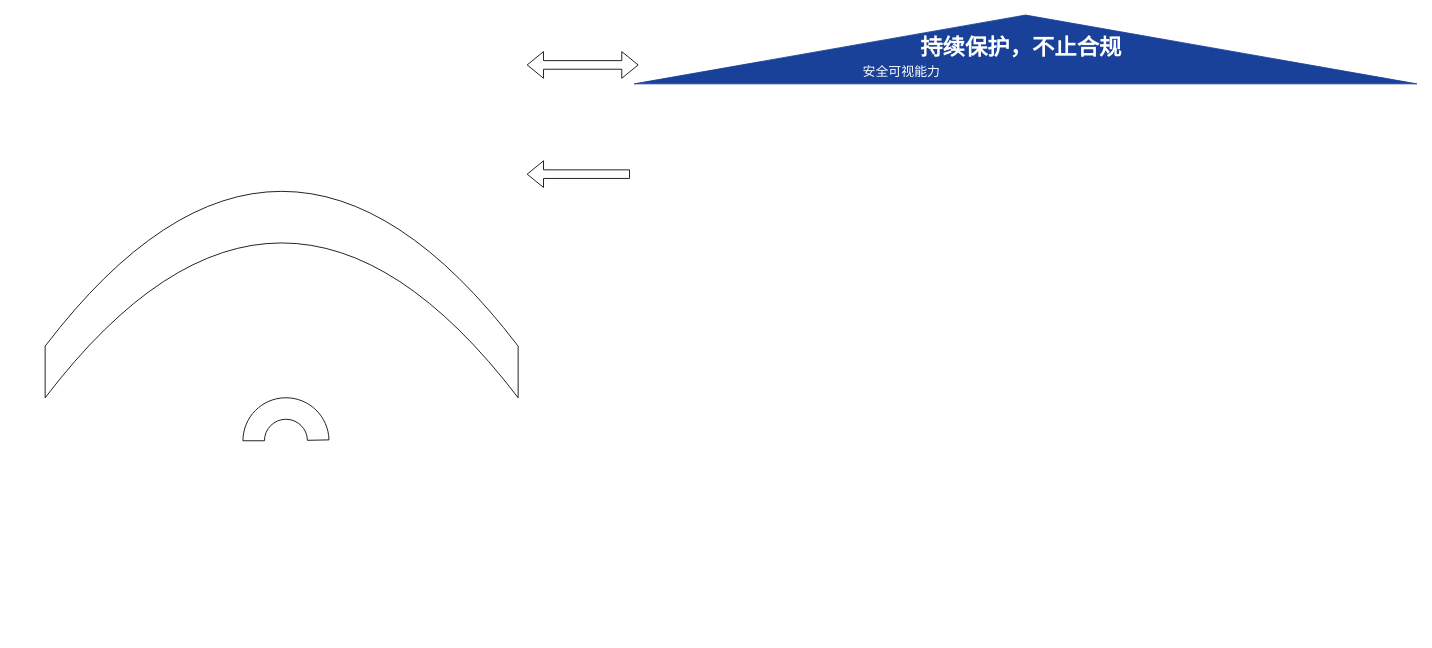
The draw.io diagram 安全架构.drawio in Niujieheng/GitHub_june, before the edit. Source tidied: cells renumbered, new cells numbered last; positions are measured from the earlier drawing's top-left corner, leaving out a move shared by most shapes. Both pictures are drawn from the tidied source at 86%, with x=0, y=0 at pixel (178, -342).
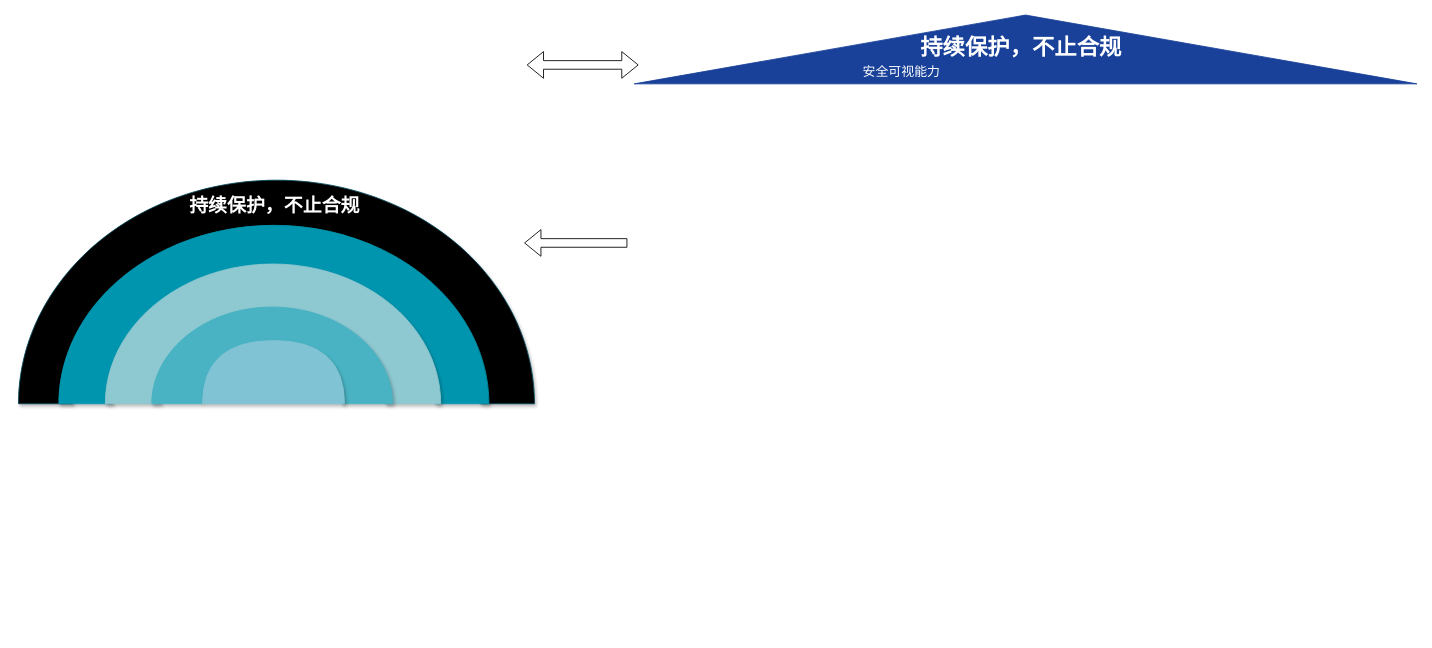
Above is the later version.

Commit message (it also covers changes not shown here):
更新安全架构.drawio

What changed in the source:
```diff
@@
 <mxGraphModel>
   <root>
     <mxCell id="0" />
     <mxCell id="1" parent="0" />
+    <mxCell id="9" style="verticalLabelPosition=bottom;verticalAlign=top;html=1;shape=mxgraph.basic.partConcEllipse;startAngle=0.25;endAngle=0.75;arcWidth=0.21;rotation=-180;fillColor=light-dark(#00485A,#EDEDED);shadow=1;gradientColor=light-dark(#00485A,#FFFFFF);strokeColor=#00485A;" parent="1" vertex="1">
+      <mxGeometry x="-186" y="607" width="600" height="520" as="geometry" />
+    </mxCell>
     <mxCell id="2" style="triangle;whiteSpace=wrap;html=1;rotation=-90;fillColor=light-dark(#194199, #ededed);strokeColor=light-dark(#194199,#EDEDED);" parent="1" vertex="1">
       <mxGeometry x="945" width="80" height="910" as="geometry" />
     </mxCell>
     <mxCell id="3" value="&lt;b&gt;&lt;font style=&quot;color: rgb(255, 255, 255); font-size: 26px;&quot;&gt;持续保护，不止合规&lt;/font&gt;&lt;/b&gt;" style="text;html=1;whiteSpace=wrap;strokeColor=none;fillColor=none;align=center;verticalAlign=middle;rounded=0;" parent="1" vertex="1">
       <mxGeometry x="845" y="433" width="270" height="40" as="geometry" />
     </mxCell>
     <mxCell id="4" value="&lt;font style=&quot;color: rgb(255, 255, 255); font-size: 15px;&quot;&gt;安全可视能力&lt;/font&gt;" style="text;html=1;whiteSpace=wrap;strokeColor=none;fillColor=none;align=center;verticalAlign=middle;rounded=0;" parent="1" vertex="1">
       <mxGeometry x="786" y="465" width="110" height="30" as="geometry" />
     </mxCell>
     <mxCell id="5" style="shape=flexArrow;endArrow=classic;startArrow=classic;html=1;rounded=0;" parent="1" edge="1">
       <mxGeometry relative="1" as="geometry">
         <mxPoint x="405" y="473" as="sourcePoint" />
         <mxPoint x="535" y="473" as="targetPoint" />
       </mxGeometry>
     </mxCell>
     <mxCell id="6" style="shape=flexArrow;endArrow=classic;html=1;rounded=0;" parent="1" edge="1">
       <mxGeometry relative="1" as="geometry">
-        <mxPoint x="525" y="600" as="sourcePoint" />
-        <mxPoint x="405" y="600" as="targetPoint" />
+        <mxPoint x="522" y="680" as="sourcePoint" />
+        <mxPoint x="402" y="680" as="targetPoint" />
       </mxGeometry>
     </mxCell>
-    <mxCell id="7" style="shape=dataStorage;whiteSpace=wrap;html=1;fixedSize=1;rotation=90;size=180;" parent="1" vertex="1">
-      <mxGeometry y="465" width="240" height="550" as="geometry" />
-    </mxCell>
-    <mxCell id="8" style="verticalLabelPosition=bottom;verticalAlign=top;html=1;shape=mxgraph.basic.partConcEllipse;startAngle=0.25;endAngle=0.7468173254495136;arcWidth=0.5;rotation=-180;" parent="1" vertex="1">
-      <mxGeometry x="75" y="860" width="100" height="100" as="geometry" />
+    <mxCell id="8" style="verticalLabelPosition=bottom;verticalAlign=top;html=1;shape=mxgraph.basic.partConcEllipse;startAngle=0.25;endAngle=0.75;arcWidth=0.25;rotation=-180;fillColor=light-dark(#0095AE,#EDEDED);strokeColor=#0095AE;shadow=1;" parent="1" vertex="1">
+      <mxGeometry x="-139" y="659.5" width="500" height="415" as="geometry" />
     </mxCell>
+    <mxCell id="10" style="verticalLabelPosition=bottom;verticalAlign=top;html=1;shape=mxgraph.basic.partConcEllipse;startAngle=0.25;endAngle=0.75;arcWidth=0.33;rotation=-180;fillColor=#8EC8D1;strokeColor=#8EC8D1;shadow=1;" parent="1" vertex="1">
+      <mxGeometry x="-85" y="704.5" width="390" height="325" as="geometry" />
+    </mxCell>
+    <mxCell id="11" style="verticalLabelPosition=bottom;verticalAlign=top;html=1;shape=mxgraph.basic.partConcEllipse;startAngle=0.25;endAngle=0.75;arcWidth=0.42;rotation=-180;fillColor=#49B3C3;strokeColor=#49B3C3;shadow=1;" parent="1" vertex="1">
+      <mxGeometry x="-31" y="754.5" width="280" height="225" as="geometry" />
+    </mxCell>
+    <mxCell id="12" style="shape=or;whiteSpace=wrap;html=1;rotation=-90;fillColor=#80C3D4;strokeColor=#80C3D4;shadow=1;" parent="1" vertex="1">
+      <mxGeometry x="73.8" y="747.8" width="73.5" height="165" as="geometry" />
+    </mxCell>
+    <mxCell id="13" value="&lt;b&gt;&lt;font style=&quot;color: rgb(255, 255, 255); font-size: 22px;&quot;&gt;持续保护，不止合规&lt;/font&gt;&lt;/b&gt;" style="text;html=1;whiteSpace=wrap;strokeColor=none;fillColor=none;align=center;verticalAlign=middle;rounded=0;" parent="1" vertex="1">
+      <mxGeometry x="-23" y="616.5" width="270" height="40" as="geometry" />
+    </mxCell>
   </root>
 </mxGraphModel>
```
